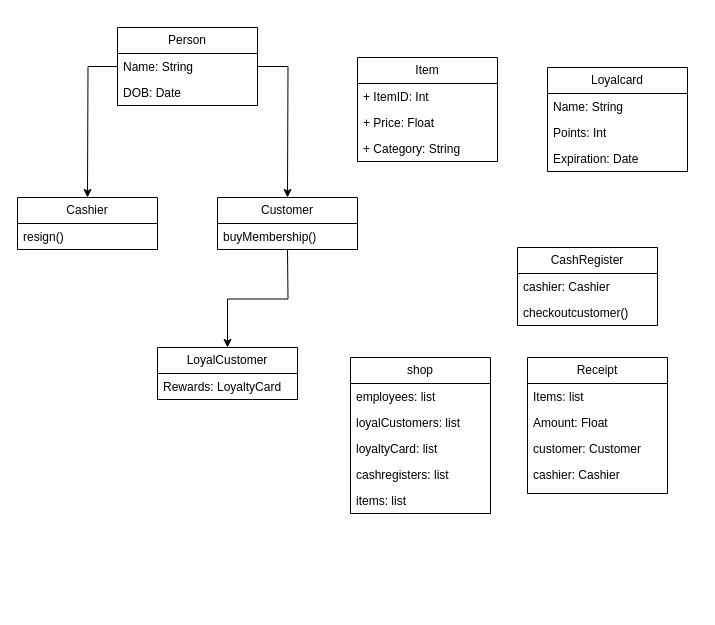
This is src/Task2.drawio from schumi2002/Task_2, a draw.io file, before an edit. Source tidied: cells renumbered, new cells numbered last; positions are measured from the earlier drawing's top-left corner, leaving out a move shared by most shapes. Both pictures are drawn from the tidied source at 100%, with x=0, y=0 at pixel (17, 27).
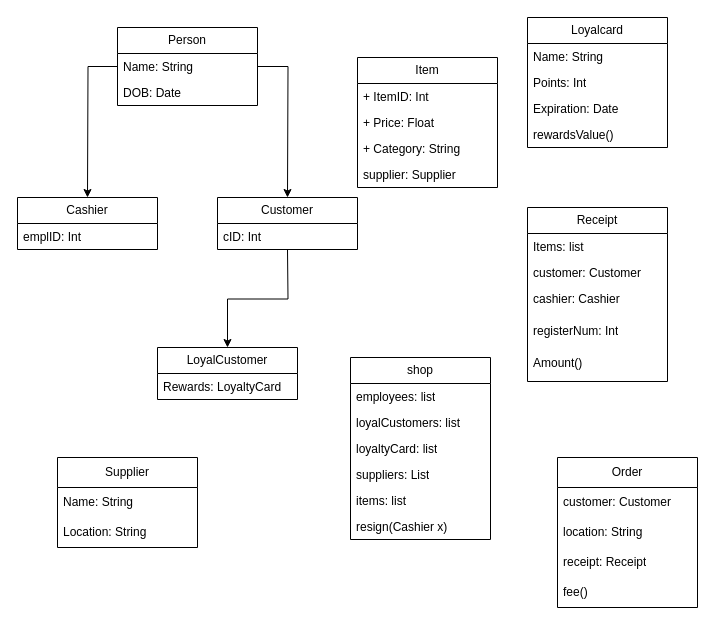
After the change.

The change refers to these unchanged cells:
```xml
<mxCell id="32" value="Customer" style="swimlane;fontStyle=0;horizontal=1;startSize=26;fillColor=none;whiteSpace=wrap;html=1;" parent="1" vertex="1">
  <mxGeometry x="200" y="170" width="140" height="52" as="geometry" />
</mxCell>
<mxCell id="34" value="Cashier" style="swimlane;fontStyle=0;horizontal=1;startSize=26;fillColor=none;whiteSpace=wrap;html=1;" parent="1" vertex="1">
  <mxGeometry y="170" width="140" height="52" as="geometry" />
</mxCell>
```

What changed in the source:
```diff
@@
     <mxCell id="2" value="Item" style="swimlane;fontStyle=0;horizontal=1;startSize=26;fillColor=none;whiteSpace=wrap;html=1;" parent="1" vertex="1">
-      <mxGeometry x="340" y="30" width="140" height="104" as="geometry" />
+      <mxGeometry x="340" y="30" width="140" height="130" as="geometry" />
     </mxCell>
@@
+    <mxCell id="36" value="+ Category: String" style="text;strokeColor=none;fillColor=none;align=left;verticalAlign=top;spacingLeft=4;spacingRight=4;overflow=hidden;whiteSpace=wrap;html=1;" parent="2" vertex="1">
+      <mxGeometry y="78" width="140" height="26" as="geometry" />
+    </mxCell>
-    <mxCell id="5" value="+ Category: String" style="text;strokeColor=none;fillColor=none;align=left;verticalAlign=top;spacingLeft=4;spacingRight=4;overflow=hidden;whiteSpace=wrap;html=1;" parent="2" vertex="1">
-      <mxGeometry y="78" width="140" height="26" as="geometry" />
+    <mxCell id="5" value="supplier: Supplier" style="text;strokeColor=none;fillColor=none;align=left;verticalAlign=top;spacingLeft=4;spacingRight=4;overflow=hidden;whiteSpace=wrap;html=1;" parent="2" vertex="1">
+      <mxGeometry y="104" width="140" height="26" as="geometry" />
     </mxCell>
@@
     <mxCell id="7" value="Receipt" style="swimlane;fontStyle=0;horizontal=1;startSize=26;fillColor=none;whiteSpace=wrap;html=1;" parent="1" vertex="1">
-      <mxGeometry x="510" y="330" width="140" height="136" as="geometry" />
+      <mxGeometry x="510" y="180" width="140" height="174" as="geometry" />
     </mxCell>
@@
-    <mxCell id="9" value="Amount: Float" style="text;strokeColor=none;fillColor=none;align=left;verticalAlign=top;spacingLeft=4;spacingRight=4;overflow=hidden;whiteSpace=wrap;html=1;" parent="7" vertex="1">
-      <mxGeometry y="52" width="140" height="26" as="geometry" />
-    </mxCell>
     <mxCell id="10" value="customer: Customer&amp;nbsp;" style="text;strokeColor=none;fillColor=none;align=left;verticalAlign=top;spacingLeft=4;spacingRight=4;overflow=hidden;whiteSpace=wrap;html=1;" parent="7" vertex="1">
-      <mxGeometry y="78" width="140" height="26" as="geometry" />
+      <mxGeometry y="52" width="140" height="26" as="geometry" />
     </mxCell>
     <mxCell id="11" value="cashier: Cashier" style="text;strokeColor=none;fillColor=none;align=left;verticalAlign=top;spacingLeft=4;spacingRight=4;overflow=hidden;whiteSpace=wrap;html=1;" parent="7" vertex="1">
-      <mxGeometry y="104" width="140" height="32" as="geometry" />
+      <mxGeometry y="78" width="140" height="32" as="geometry" />
     </mxCell>
+    <mxCell id="37" value="registerNum: Int" style="text;strokeColor=none;fillColor=none;align=left;verticalAlign=top;spacingLeft=4;spacingRight=4;overflow=hidden;whiteSpace=wrap;html=1;" parent="7" vertex="1">
+      <mxGeometry y="110" width="140" height="32" as="geometry" />
+    </mxCell>
+    <mxCell id="38" value="Amount()" style="text;strokeColor=none;fillColor=none;align=left;verticalAlign=top;spacingLeft=4;spacingRight=4;overflow=hidden;whiteSpace=wrap;html=1;" parent="7" vertex="1">
+      <mxGeometry y="142" width="140" height="32" as="geometry" />
+    </mxCell>
@@
     <mxCell id="19" value="Loyalcard" style="swimlane;fontStyle=0;horizontal=1;startSize=26;fillColor=none;whiteSpace=wrap;html=1;" parent="1" vertex="1">
-      <mxGeometry x="530" y="40" width="140" height="104" as="geometry" />
+      <mxGeometry x="510" y="-10" width="140" height="130" as="geometry" />
     </mxCell>
@@
-    <mxCell id="23" value="CashRegister" style="swimlane;fontStyle=0;horizontal=1;startSize=26;fillColor=none;whiteSpace=wrap;html=1;" parent="1" vertex="1">
-      <mxGeometry x="500" y="220" width="140" height="78" as="geometry" />
-    </mxCell>
-    <mxCell id="24" value="cashier: Cashier" style="text;strokeColor=none;fillColor=none;align=left;verticalAlign=top;spacingLeft=4;spacingRight=4;overflow=hidden;whiteSpace=wrap;html=1;" parent="23" vertex="1">
-      <mxGeometry y="26" width="140" height="26" as="geometry" />
-    </mxCell>
-    <mxCell id="25" value="checkoutcustomer()" style="text;strokeColor=none;fillColor=none;align=left;verticalAlign=top;spacingLeft=4;spacingRight=4;overflow=hidden;whiteSpace=wrap;html=1;" parent="23" vertex="1">
-      <mxGeometry y="52" width="140" height="26" as="geometry" />
-    </mxCell>
+    <mxCell id="39" value="rewardsValue()" style="text;strokeColor=none;fillColor=none;align=left;verticalAlign=top;spacingLeft=4;spacingRight=4;overflow=hidden;whiteSpace=wrap;html=1;" parent="19" vertex="1">
+      <mxGeometry y="104" width="140" height="26" as="geometry" />
+    </mxCell>
     <mxCell id="26" value="shop" style="swimlane;fontStyle=0;horizontal=1;startSize=26;fillColor=none;whiteSpace=wrap;html=1;" parent="1" vertex="1">
-      <mxGeometry x="333" y="330" width="140" height="156" as="geometry" />
+      <mxGeometry x="333" y="330" width="140" height="182" as="geometry" />
     </mxCell>
@@
-    <mxCell id="30" value="cashregisters: list" style="text;strokeColor=none;fillColor=none;align=left;verticalAlign=top;spacingLeft=4;spacingRight=4;overflow=hidden;whiteSpace=wrap;html=1;" parent="26" vertex="1">
-      <mxGeometry y="104" width="140" height="26" as="geometry" />
-    </mxCell>
+    <mxCell id="40" value="suppliers: List" style="text;strokeColor=none;fillColor=none;align=left;verticalAlign=top;spacingLeft=4;spacingRight=4;overflow=hidden;whiteSpace=wrap;html=1;" parent="26" vertex="1">
+      <mxGeometry y="104" width="140" height="26" as="geometry" />
+    </mxCell>
+    <mxCell id="41" value="items: list" style="text;strokeColor=none;fillColor=none;align=left;verticalAlign=top;spacingLeft=4;spacingRight=4;overflow=hidden;whiteSpace=wrap;html=1;" parent="26" vertex="1">
+      <mxGeometry y="130" width="140" height="26" as="geometry" />
+    </mxCell>
-    <mxCell id="31" value="items: list" style="text;strokeColor=none;fillColor=none;align=left;verticalAlign=top;spacingLeft=4;spacingRight=4;overflow=hidden;whiteSpace=wrap;html=1;" parent="26" vertex="1">
-      <mxGeometry y="130" width="140" height="26" as="geometry" />
+    <mxCell id="31" value="resign(Cashier x)" style="text;strokeColor=none;fillColor=none;align=left;verticalAlign=top;spacingLeft=4;spacingRight=4;overflow=hidden;whiteSpace=wrap;html=1;" parent="26" vertex="1">
+      <mxGeometry y="156" width="140" height="26" as="geometry" />
     </mxCell>
@@
-    <mxCell id="33" value="buyMembership()" style="text;strokeColor=none;fillColor=none;align=left;verticalAlign=top;spacingLeft=4;spacingRight=4;overflow=hidden;whiteSpace=wrap;html=1;" parent="32" vertex="1">
+    <mxCell id="33" value="cID: Int" style="text;strokeColor=none;fillColor=none;align=left;verticalAlign=top;spacingLeft=4;spacingRight=4;overflow=hidden;whiteSpace=wrap;html=1;" parent="32" vertex="1">
       <mxGeometry y="26" width="140" height="26" as="geometry" />
     </mxCell>
@@
-    <mxCell id="35" value="resign()" style="text;strokeColor=none;fillColor=none;align=left;verticalAlign=top;spacingLeft=4;spacingRight=4;overflow=hidden;whiteSpace=wrap;html=1;" parent="34" vertex="1">
+    <mxCell id="35" value="emplID: Int" style="text;strokeColor=none;fillColor=none;align=left;verticalAlign=top;spacingLeft=4;spacingRight=4;overflow=hidden;whiteSpace=wrap;html=1;" parent="34" vertex="1">
       <mxGeometry y="26" width="140" height="26" as="geometry" />
     </mxCell>
+    <mxCell id="42" value="Supplier" style="swimlane;fontStyle=0;horizontal=1;startSize=30;whiteSpace=wrap;html=1;" parent="1" vertex="1">
+      <mxGeometry x="40" y="430" width="140" height="90" as="geometry" />
+    </mxCell>
+    <mxCell id="43" value="Name: String" style="text;strokeColor=none;fillColor=none;align=left;verticalAlign=middle;spacingLeft=4;spacingRight=4;overflow=hidden;whiteSpace=wrap;html=1;" parent="42" vertex="1">
+      <mxGeometry y="30" width="140" height="30" as="geometry" />
+    </mxCell>
+    <mxCell id="44" value="Location: String" style="text;strokeColor=none;fillColor=none;align=left;verticalAlign=middle;spacingLeft=4;spacingRight=4;overflow=hidden;whiteSpace=wrap;html=1;" parent="42" vertex="1">
+      <mxGeometry y="60" width="140" height="30" as="geometry" />
+    </mxCell>
+    <mxCell id="45" value="Order" style="swimlane;fontStyle=0;horizontal=1;startSize=30;whiteSpace=wrap;html=1;" parent="1" vertex="1">
+      <mxGeometry x="540" y="430" width="140" height="150" as="geometry" />
+    </mxCell>
+    <mxCell id="46" value="customer: Customer" style="text;strokeColor=none;fillColor=none;align=left;verticalAlign=middle;spacingLeft=4;spacingRight=4;overflow=hidden;whiteSpace=wrap;html=1;" parent="45" vertex="1">
+      <mxGeometry y="30" width="140" height="30" as="geometry" />
+    </mxCell>
+    <mxCell id="47" value="location: String" style="text;strokeColor=none;fillColor=none;align=left;verticalAlign=middle;spacingLeft=4;spacingRight=4;overflow=hidden;whiteSpace=wrap;html=1;" parent="45" vertex="1">
+      <mxGeometry y="60" width="140" height="30" as="geometry" />
+    </mxCell>
+    <mxCell id="48" value="receipt: Receipt" style="text;strokeColor=none;fillColor=none;align=left;verticalAlign=middle;spacingLeft=4;spacingRight=4;overflow=hidden;whiteSpace=wrap;html=1;" parent="45" vertex="1">
+      <mxGeometry y="90" width="140" height="30" as="geometry" />
+    </mxCell>
+    <mxCell id="49" value="fee()" style="text;strokeColor=none;fillColor=none;align=left;verticalAlign=middle;spacingLeft=4;spacingRight=4;overflow=hidden;whiteSpace=wrap;html=1;" parent="45" vertex="1">
+      <mxGeometry y="120" width="140" height="30" as="geometry" />
+    </mxCell>
```
